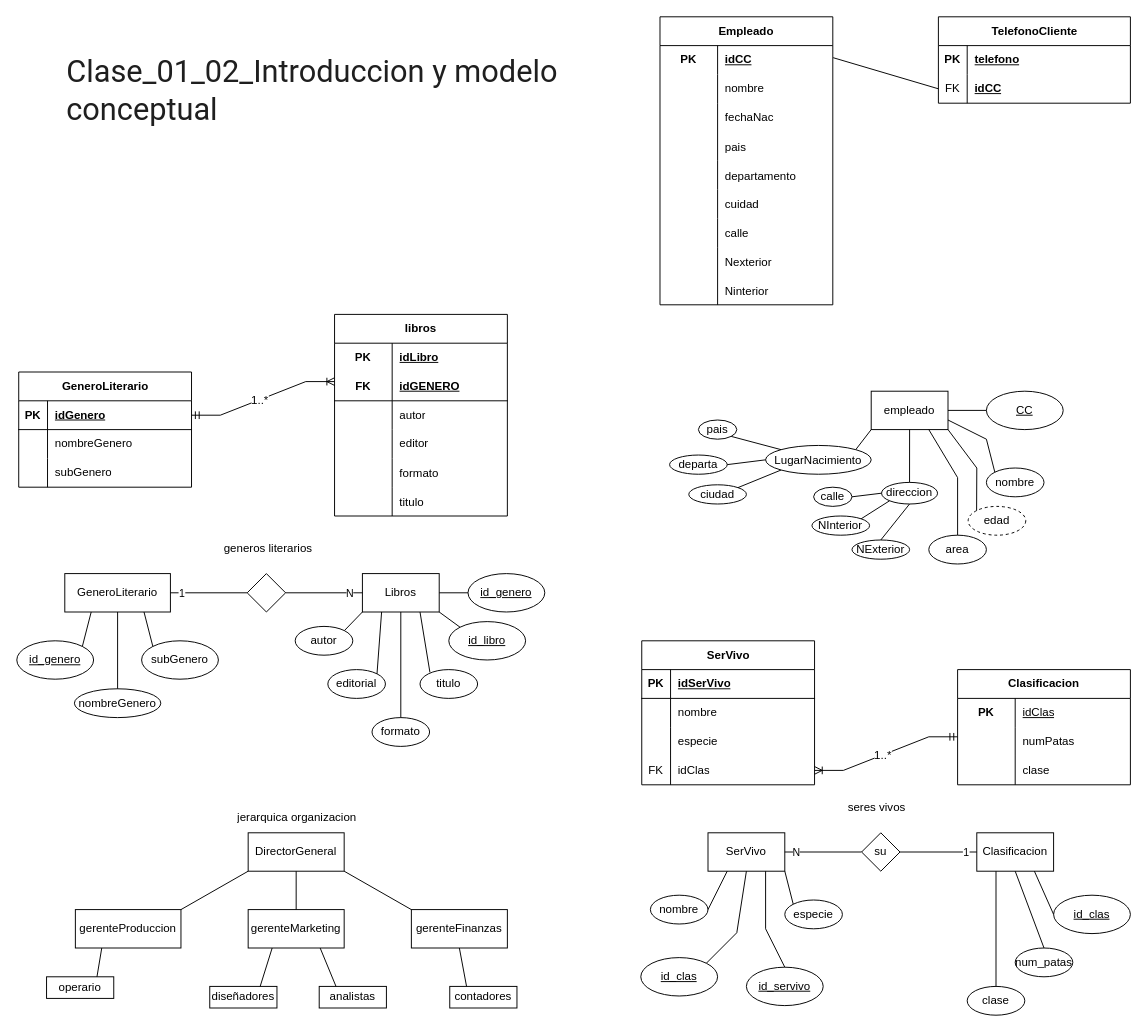
This is page "Clase_01_02" (1 of 6) of Diagrama sin título.drawio from JDFrontEnd/programacion-software-sena, a draw.io file, before an edit. Source tidied: cells renumbered, new cells numbered last; positions are measured from the earlier drawing's top-left corner, leaving out a move shared by most shapes. Both pictures are drawn from the tidied source at 96%, with x=0, y=0 at pixel (16, 16).
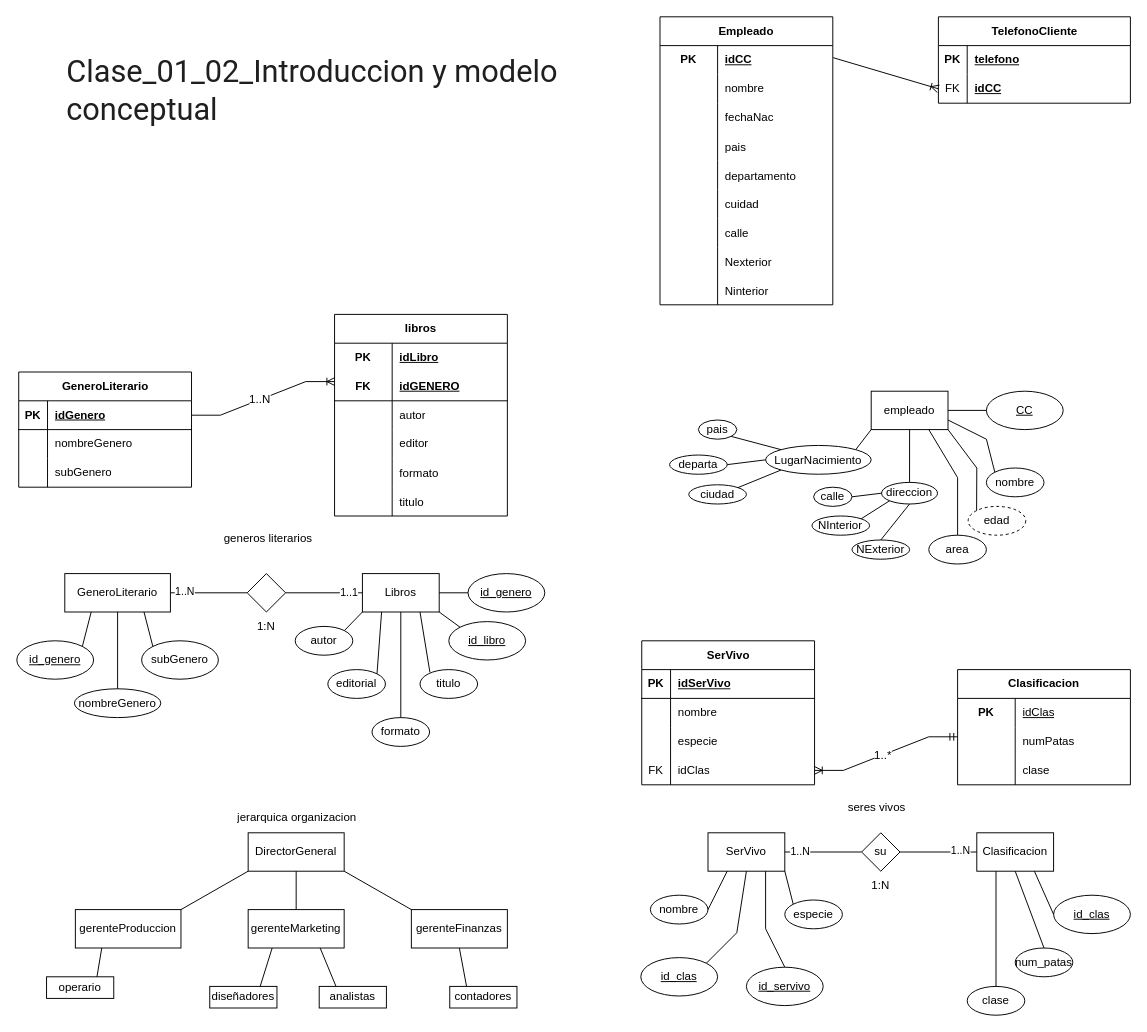
The same page after the edit.

The change refers to these unchanged cells:
```xml
<mxCell id="6" style="endArrow=none;html=1;rounded=0;defaultLabelBackgroundColor=page;exitX=1;exitY=0.5;exitDx=0;exitDy=0;entryX=0;entryY=0.5;entryDx=0;entryDy=0;" parent="1" edge="1" source="2" target="8">
  <mxGeometry relative="1" as="geometry" />
</mxCell>
<mxCell id="9" style="endArrow=none;html=1;rounded=0;defaultLabelBackgroundColor=page;exitX=1;exitY=0.5;exitDx=0;exitDy=0;entryX=0;entryY=0.5;entryDx=0;entryDy=0;" parent="1" edge="1" source="8" target="3">
  <mxGeometry relative="1" as="geometry" />
</mxCell>
<mxCell id="29" style="shape=tableRow;horizontal=0;startSize=0;swimlaneHead=0;swimlaneBody=0;fillColor=none;points=[[0,0.5],[1,0.5]];portConstraint=eastwest;top=0;left=0;right=0;bottom=1;" parent="28" vertex="1">
  <mxGeometry y="30" width="180" height="30" as="geometry" />
</mxCell>
<mxCell id="42" style="shape=tableRow;horizontal=0;startSize=0;swimlaneHead=0;swimlaneBody=0;fillColor=none;points=[[0,0.5],[1,0.5]];portConstraint=eastwest;top=0;left=0;right=0;bottom=1;html=1;" parent="38" vertex="1">
  <mxGeometry y="60" width="180" height="30" as="geometry" />
</mxCell>
<mxCell id="79" style="endArrow=none;html=1;rounded=0;defaultLabelBackgroundColor=page;exitX=1;exitY=0.5;exitDx=0;exitDy=0;entryX=0;entryY=0.5;entryDx=0;entryDy=0;" parent="1" edge="1" source="75" target="81">
  <mxGeometry relative="1" as="geometry" />
</mxCell>
<mxCell id="82" style="endArrow=none;html=1;rounded=0;defaultLabelBackgroundColor=page;exitX=1;exitY=0.5;exitDx=0;exitDy=0;entryX=0;entryY=0.5;entryDx=0;entryDy=0;" parent="1" edge="1" source="81" target="76">
  <mxGeometry relative="1" as="geometry" />
</mxCell>
<mxCell id="148" style="shape=tableRow;horizontal=0;startSize=0;swimlaneHead=0;swimlaneBody=0;fillColor=none;points=[[0,0.5],[1,0.5]];portConstraint=eastwest;top=0;left=0;right=0;bottom=0;html=1;strokeWidth=9;strokeColor=inherit;" parent="147" vertex="1">
  <mxGeometry y="30" width="180" height="30" as="geometry" />
</mxCell>
<mxCell id="179" style="shape=tableRow;horizontal=0;startSize=0;swimlaneHead=0;swimlaneBody=0;fillColor=none;points=[[0,0.5],[1,0.5]];portConstraint=eastwest;top=0;left=0;right=0;bottom=0;" parent="175" vertex="1">
  <mxGeometry y="60" width="200" height="30" as="geometry" />
</mxCell>
```

Diff of the diagram source:
```diff
@@
-    <mxCell id="7" value="1" style="edgeLabel;html=1;align=center;verticalAlign=middle;inheritText=1;defaultLabelBackgroundColor=page;" parent="6" vertex="1">
-      <mxGeometry x="-0.72" relative="1" as="geometry" />
+    <mxCell id="7" value="1..N" style="edgeLabel;html=1;align=center;verticalAlign=middle;inheritText=1;defaultLabelBackgroundColor=page;" parent="6" vertex="1">
+      <mxGeometry x="-0.72" relative="1" as="geometry">
+        <mxPoint x="3" y="-2" as="offset" />
+      </mxGeometry>
     </mxCell>
@@
-    <mxCell id="10" value="N" style="edgeLabel;html=1;align=center;verticalAlign=middle;inheritText=1;defaultLabelBackgroundColor=page;" parent="9" vertex="1">
+    <mxCell id="10" value="1..1" style="edgeLabel;html=1;align=center;verticalAlign=middle;inheritText=1;defaultLabelBackgroundColor=page;" parent="9" vertex="1">
       <mxGeometry x="0.7" relative="1" as="geometry">
-        <mxPoint x="-2" as="offset" />
+        <mxPoint x="-3" y="-1" as="offset" />
       </mxGeometry>
     </mxCell>
@@
     <mxCell id="27" value="generos literarios" style="text;strokeColor=none;fillColor=none;spacingLeft=4;spacingRight=4;overflow=hidden;fontSize=12;whiteSpace=wrap;html=1;" parent="1" vertex="1">
-      <mxGeometry x="210" y="540" width="135" height="30" as="geometry" />
+      <mxGeometry x="210" y="530" width="135" height="30" as="geometry" />
     </mxCell>
@@
-    <mxCell id="57" style="edgeStyle=entityRelationEdgeStyle;fontSize=12;html=1;endArrow=ERoneToMany;rounded=0;defaultLabelBackgroundColor=page;entryX=0;entryY=0.333;entryDx=0;entryDy=0;entryPerimeter=0;exitX=1;exitY=0.5;exitDx=0;exitDy=0;startArrow=ERmandOne;startFill=0;" parent="1" edge="1" source="29" target="42">
+    <mxCell id="57" style="edgeStyle=entityRelationEdgeStyle;fontSize=12;html=1;endArrow=ERoneToMany;rounded=0;defaultLabelBackgroundColor=page;entryX=0;entryY=0.333;entryDx=0;entryDy=0;entryPerimeter=0;exitX=1;exitY=0.5;exitDx=0;exitDy=0;startArrow=none;startFill=0;" parent="1" edge="1" source="29" target="42">
       <mxGeometry x="0.02" relative="1" as="geometry" />
     </mxCell>
-    <mxCell id="58" value="1..*" style="edgeLabel;html=1;align=center;verticalAlign=middle;inheritText=1;fontSize=12;defaultLabelBackgroundColor=page;" parent="57" vertex="1">
-      <mxGeometry x="-0.06" relative="1" as="geometry" />
+    <mxCell id="58" value="1..N" style="edgeLabel;html=1;align=center;verticalAlign=middle;inheritText=1;fontSize=12;defaultLabelBackgroundColor=page;" parent="57" vertex="1">
+      <mxGeometry x="-0.06" relative="1" as="geometry">
+        <mxPoint y="-1" as="offset" />
+      </mxGeometry>
     </mxCell>
@@
-    <mxCell id="80" value="N" style="edgeLabel;html=1;align=center;verticalAlign=middle;inheritText=1;defaultLabelBackgroundColor=page;" parent="79" vertex="1">
-      <mxGeometry x="-0.72" relative="1" as="geometry" />
+    <mxCell id="80" value="1..N" style="edgeLabel;html=1;align=center;verticalAlign=middle;inheritText=1;defaultLabelBackgroundColor=page;" parent="79" vertex="1">
+      <mxGeometry x="-0.72" relative="1" as="geometry">
+        <mxPoint x="4" y="-1" as="offset" />
+      </mxGeometry>
     </mxCell>
@@
-    <mxCell id="83" value="1" style="edgeLabel;html=1;align=center;verticalAlign=middle;inheritText=1;defaultLabelBackgroundColor=page;" parent="82" vertex="1">
-      <mxGeometry x="0.7" relative="1" as="geometry" />
+    <mxCell id="83" value="1..N" style="edgeLabel;html=1;align=center;verticalAlign=middle;inheritText=1;defaultLabelBackgroundColor=page;" parent="82" vertex="1">
+      <mxGeometry x="0.7" relative="1" as="geometry">
+        <mxPoint x="-6" y="-2" as="offset" />
+      </mxGeometry>
     </mxCell>
@@
-    <mxCell id="182" style="endArrow=none;html=1;rounded=0;defaultLabelBackgroundColor=page;entryX=0;entryY=0.5;entryDx=0;entryDy=0;exitX=1.002;exitY=0.42;exitDx=0;exitDy=0;exitPerimeter=0;" parent="1" edge="1" source="148" target="179">
+    <mxCell id="182" style="endArrow=ERoneToMany;html=1;rounded=0;defaultLabelBackgroundColor=page;entryX=0;entryY=0.5;entryDx=0;entryDy=0;exitX=1.002;exitY=0.42;exitDx=0;exitDy=0;exitPerimeter=0;endFill=0;" parent="1" edge="1" source="148" target="179">
       <mxGeometry relative="1" as="geometry" />
     </mxCell>
@@
+    <mxCell id="184" value="1:N" style="text;html=1;whiteSpace=wrap;strokeColor=none;fillColor=none;align=center;verticalAlign=middle;rounded=0;" parent="1" vertex="1">
+      <mxGeometry x="230" y="620" width="60" height="30" as="geometry" />
+    </mxCell>
+    <mxCell id="185" value="1:N" style="text;html=1;whiteSpace=wrap;strokeColor=none;fillColor=none;align=center;verticalAlign=middle;rounded=0;" parent="1" vertex="1">
+      <mxGeometry x="870" y="890" width="60" height="30" as="geometry" />
+    </mxCell>
```
